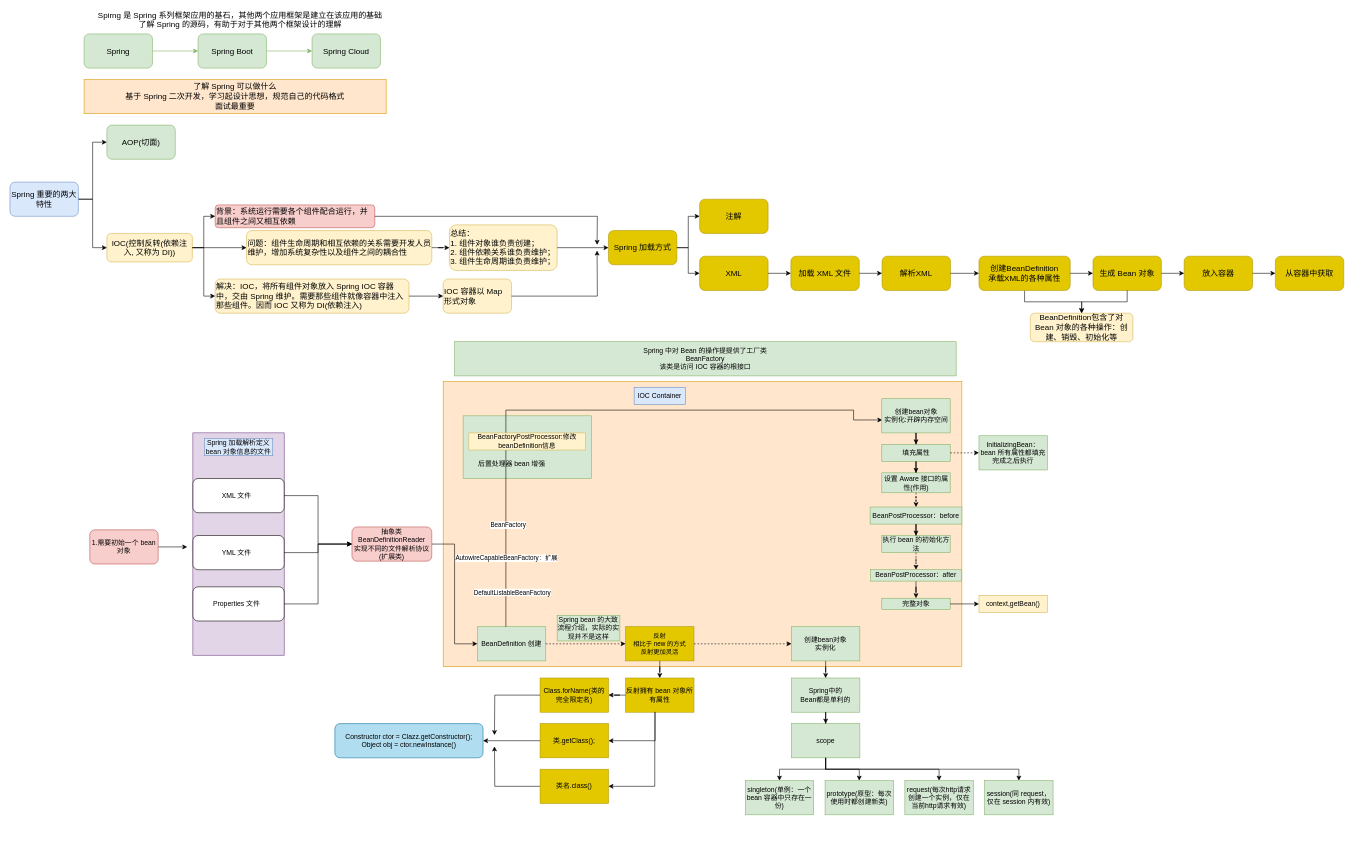
Above: utilsdemo/src/main/resources/FlowDiagram/Spring-IOC.drawio in an-1024/WorkUtil (draw.io), before the change. Source tidied: cells renumbered, new cells numbered last; positions are measured from the earlier drawing's top-left corner, leaving out a move shared by most shapes. Both pictures are drawn from the tidied source at 57%, with x=0, y=0 at pixel (10, 11).
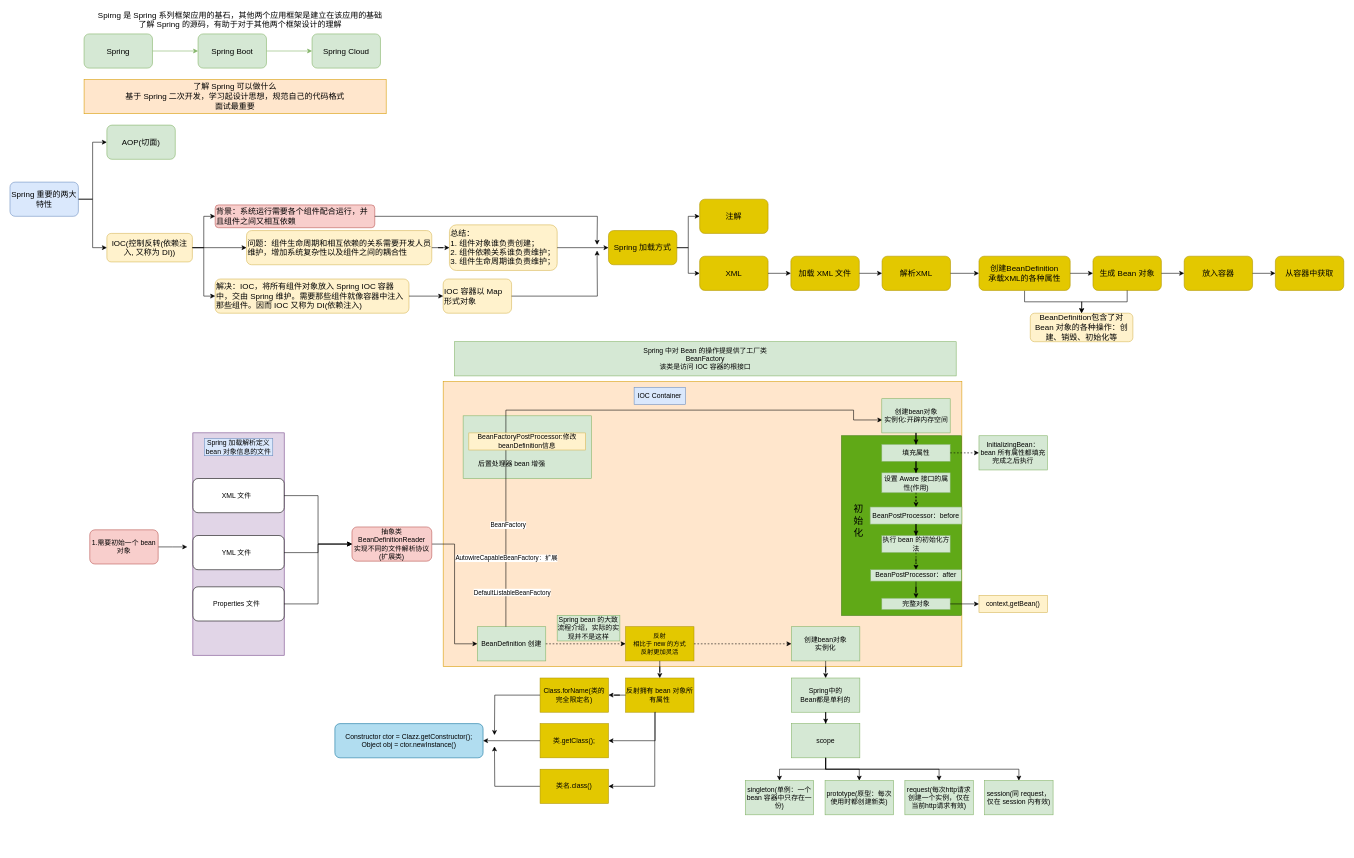
After the change.

The change refers to these unchanged cells:
```xml
<mxCell id="76" style="group;" parent="75" vertex="1">
  <mxGeometry width="161" height="530" as="geometry" />
</mxCell>
```

Diff of the diagram source:
```diff
@@
+    <mxCell id="124" style="rounded=0;whiteSpace=wrap;html=1;fillColor=#60a917;strokeColor=#2D7600;fontColor=#ffffff;fontSize=16;" parent="76" vertex="1">
+      <mxGeometry x="-50" y="65" width="210" height="315" as="geometry" />
+    </mxCell>
@@
+    <mxCell id="125" value="初&lt;br style=&quot;font-size: 17px;&quot;&gt;始&lt;br style=&quot;font-size: 17px;&quot;&gt;化" style="text;html=1;strokeColor=none;fillColor=none;align=center;verticalAlign=middle;whiteSpace=wrap;rounded=0;fontSize=17;" parent="76" vertex="1">
+      <mxGeometry x="-50" y="110" width="60" height="210" as="geometry" />
+    </mxCell>
```
